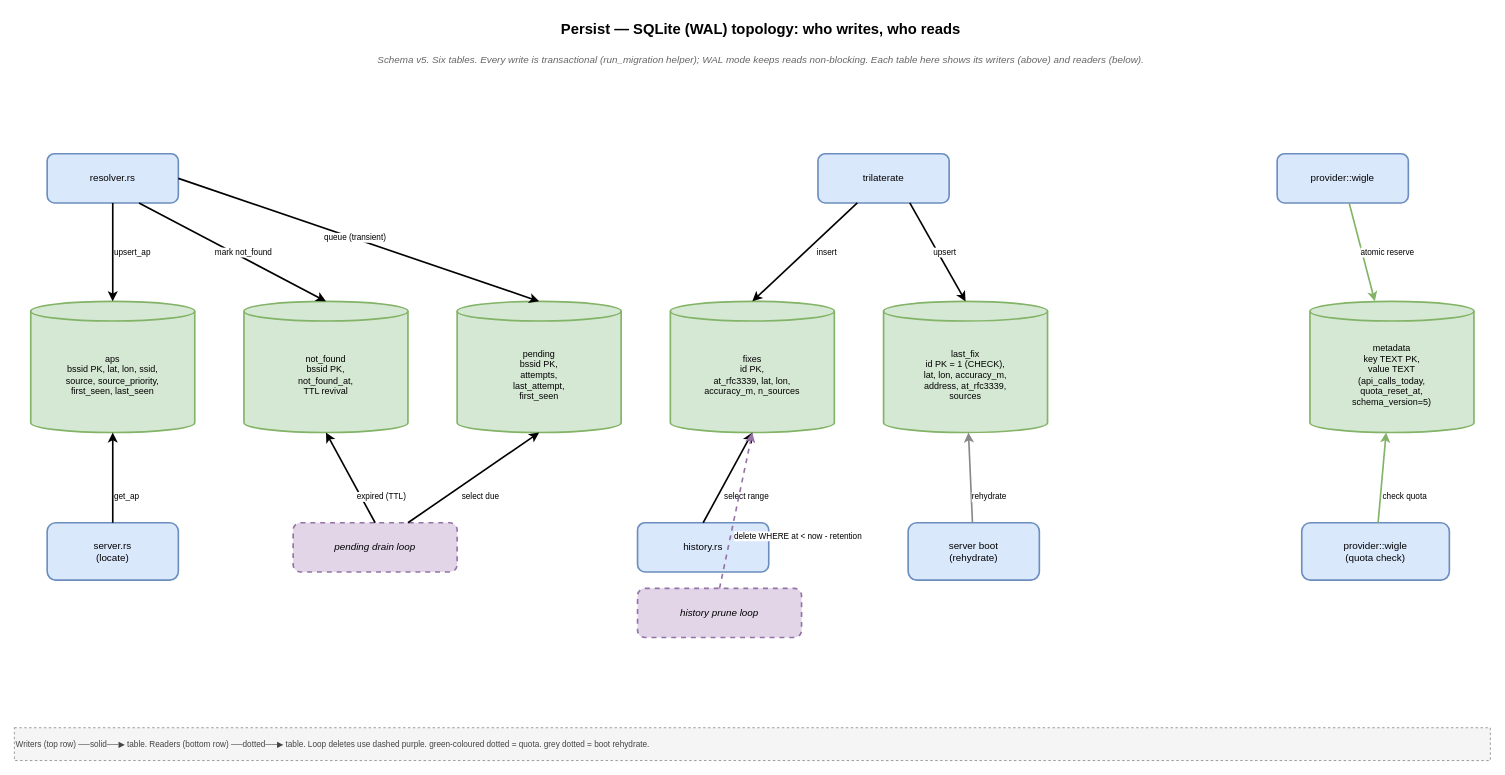
Above: docs/dataflow-persist.drawio in eisbaw/whereami-wigle-rs (draw.io), before the change. Source tidied: cells renumbered, new cells numbered last; positions are measured from the earlier drawing's top-left corner, leaving out a move shared by most shapes. Both pictures are drawn from the tidied source at 82%, with x=0, y=0 at pixel (14, 14).
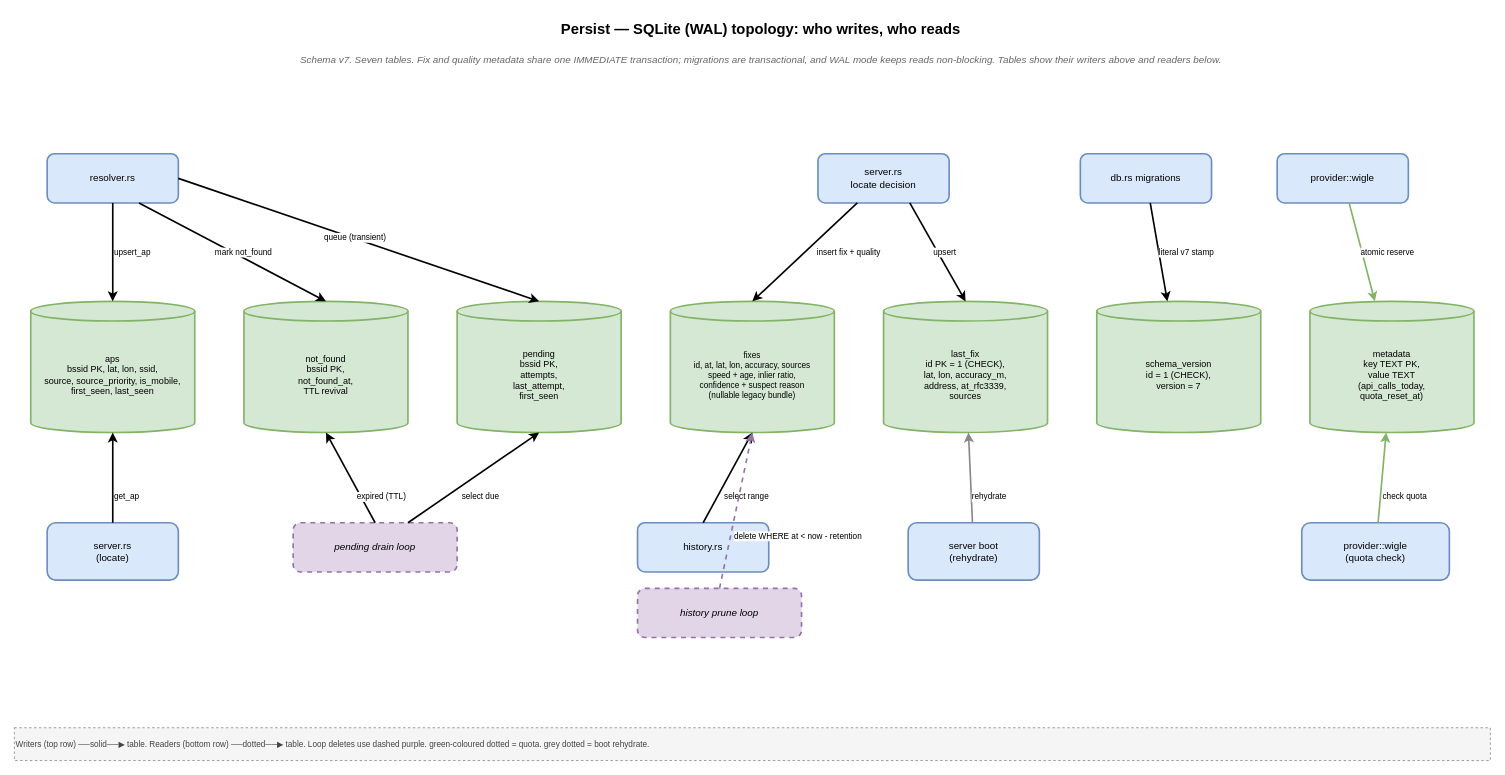
The same diagram, later.

The change refers to these unchanged cells:
```xml
<mxCell id="25" style="endArrow=classic;html=1;strokeWidth=2;exitX=0.3;exitY=1;entryX=0.5;entryY=0;" parent="1" edge="1" source="5" target="10">
  <mxGeometry relative="1" as="geometry" />
</mxCell>
```

Change to the diagram source:
```diff
@@
-    <mxCell id="3" value="Schema v5. Six tables. Every write is transactional (run_migration helper); WAL mode keeps reads non-blocking. Each table here shows its writers (above) and readers (below)." style="text;html=1;align=center;verticalAlign=middle;fontSize=12;fontStyle=2;fontColor=#666666;fillColor=none;strokeColor=none;" parent="1" vertex="1">
+    <mxCell id="3" value="Schema v7. Seven tables. Fix and quality metadata share one IMMEDIATE transaction; migrations are transactional, and WAL mode keeps reads non-blocking. Tables show their writers above and readers below." style="text;html=1;align=center;verticalAlign=middle;fontSize=12;fontStyle=2;fontColor=#666666;fillColor=none;strokeColor=none;" parent="1" vertex="1">
       <mxGeometry x="40" y="38" width="1740" height="36" as="geometry" />
     </mxCell>
@@
-    <mxCell id="5" value="trilaterate" style="rounded=1;whiteSpace=wrap;html=1;fillColor=#dae8fc;strokeColor=#6c8ebf;strokeWidth=2;fontSize=12;" parent="1" vertex="1">
+    <mxCell id="5" value="server.rs&#10;locate decision" style="rounded=1;whiteSpace=wrap;html=1;fillColor=#dae8fc;strokeColor=#6c8ebf;strokeWidth=2;fontSize=12;" parent="1" vertex="1">
       <mxGeometry x="980" y="170" width="160" height="60" as="geometry" />
     </mxCell>
@@
+    <mxCell id="46" value="db.rs migrations" style="rounded=1;whiteSpace=wrap;html=1;fillColor=#dae8fc;strokeColor=#6c8ebf;strokeWidth=2;fontSize=12;" parent="1" vertex="1">
+      <mxGeometry x="1300" y="170" width="160" height="60" as="geometry" />
+    </mxCell>
-    <mxCell id="7" value="aps&#10;bssid PK, lat, lon, ssid,&#10;source, source_priority,&#10;first_seen, last_seen" style="shape=cylinder3;whiteSpace=wrap;html=1;boundedLbl=1;backgroundOutline=1;size=12;fillColor=#d5e8d4;strokeColor=#82b366;strokeWidth=2;fontSize=11;" parent="1" vertex="1">
+    <mxCell id="7" value="aps&#10;bssid PK, lat, lon, ssid,&#10;source, source_priority, is_mobile,&#10;first_seen, last_seen" style="shape=cylinder3;whiteSpace=wrap;html=1;boundedLbl=1;backgroundOutline=1;size=12;fillColor=#d5e8d4;strokeColor=#82b366;strokeWidth=2;fontSize=11;" parent="1" vertex="1">
       <mxGeometry x="20" y="350" width="200" height="160" as="geometry" />
     </mxCell>
@@
-    <mxCell id="10" value="fixes&#10;id PK,&#10;at_rfc3339, lat, lon,&#10;accuracy_m, n_sources" style="shape=cylinder3;whiteSpace=wrap;html=1;boundedLbl=1;backgroundOutline=1;size=12;fillColor=#d5e8d4;strokeColor=#82b366;strokeWidth=2;fontSize=11;" parent="1" vertex="1">
+    <mxCell id="10" value="fixes&#10;id, at, lat, lon, accuracy, sources&#10;speed + age, inlier ratio,&#10;confidence + suspect reason&#10;(nullable legacy bundle)" style="shape=cylinder3;whiteSpace=wrap;html=1;boundedLbl=1;backgroundOutline=1;size=12;fillColor=#d5e8d4;strokeColor=#82b366;strokeWidth=2;fontSize=10;" parent="1" vertex="1">
       <mxGeometry x="800" y="350" width="200" height="160" as="geometry" />
     </mxCell>
@@
+    <mxCell id="47" value="schema_version&#10;id = 1 (CHECK),&#10;version = 7" style="shape=cylinder3;whiteSpace=wrap;html=1;boundedLbl=1;backgroundOutline=1;size=12;fillColor=#d5e8d4;strokeColor=#82b366;strokeWidth=2;fontSize=11;" parent="1" vertex="1">
+      <mxGeometry x="1320" y="350" width="200" height="160" as="geometry" />
+    </mxCell>
-    <mxCell id="12" value="metadata&#10;key TEXT PK,&#10;value TEXT&#10;(api_calls_today,&#10;quota_reset_at,&#10;schema_version=5)" style="shape=cylinder3;whiteSpace=wrap;html=1;boundedLbl=1;backgroundOutline=1;size=12;fillColor=#d5e8d4;strokeColor=#82b366;strokeWidth=2;fontSize=11;" parent="1" vertex="1">
+    <mxCell id="12" value="metadata&#10;key TEXT PK,&#10;value TEXT&#10;(api_calls_today,&#10;quota_reset_at)" style="shape=cylinder3;whiteSpace=wrap;html=1;boundedLbl=1;backgroundOutline=1;size=12;fillColor=#d5e8d4;strokeColor=#82b366;strokeWidth=2;fontSize=11;" parent="1" vertex="1">
       <mxGeometry x="1580" y="350" width="200" height="160" as="geometry" />
     </mxCell>
@@
-    <mxCell id="26" value="insert" style="edgeLabel;html=1;fontSize=10;" parent="25" vertex="1">
+    <mxCell id="26" value="insert fix + quality" style="edgeLabel;html=1;fontSize=10;" parent="25" vertex="1">
       <mxGeometry x="-0.2" relative="1" as="geometry" />
     </mxCell>
@@
+    <mxCell id="48" style="endArrow=classic;html=1;strokeWidth=2;" parent="1" edge="1" source="46" target="47">
+      <mxGeometry relative="1" as="geometry" />
+    </mxCell>
+    <mxCell id="49" value="literal v7 stamp" style="edgeLabel;html=1;fontSize=10;" parent="48" vertex="1">
+      <mxGeometry x="-0.2" relative="1" as="geometry" />
+    </mxCell>
```
